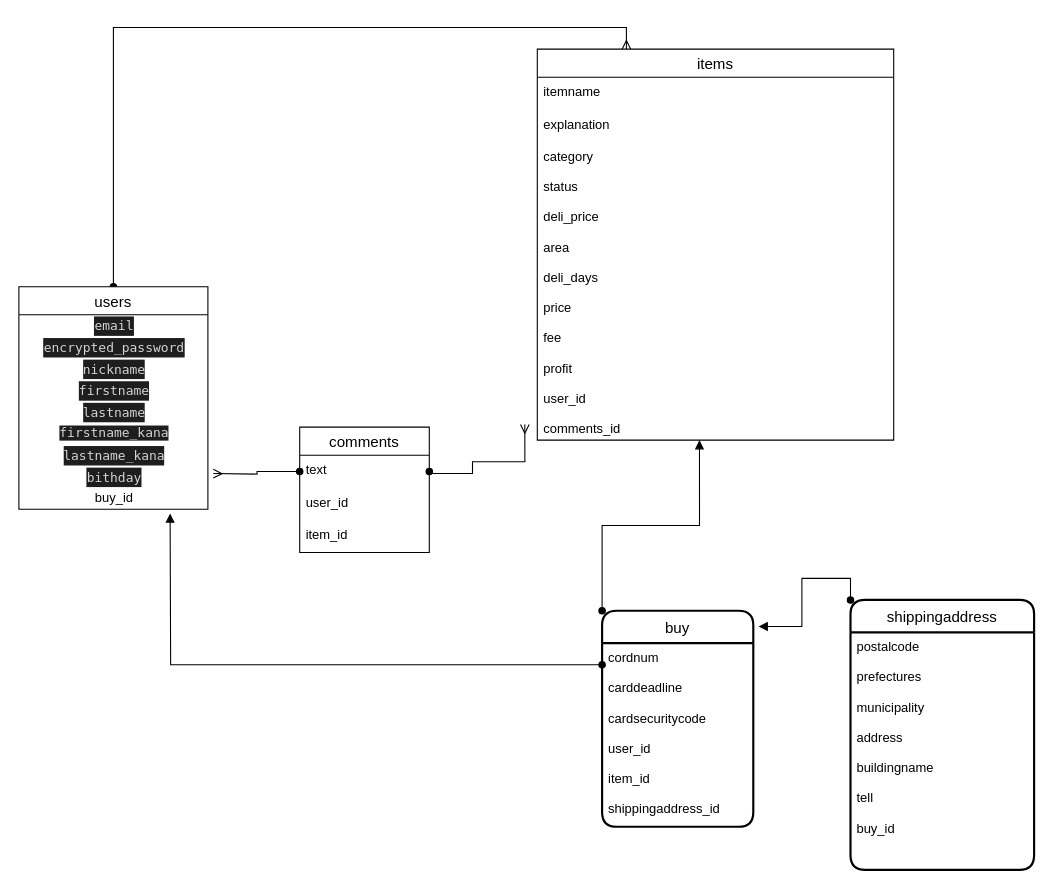
The draw.io diagram app/views/test.dio in kousueke/furima-31755, before the edit. Source tidied: cells renumbered, new cells numbered last; positions are measured from the earlier drawing's top-left corner, leaving out a move shared by most shapes. Both pictures are drawn from the tidied source at 108%, with x=0, y=0 at pixel (18, 49).
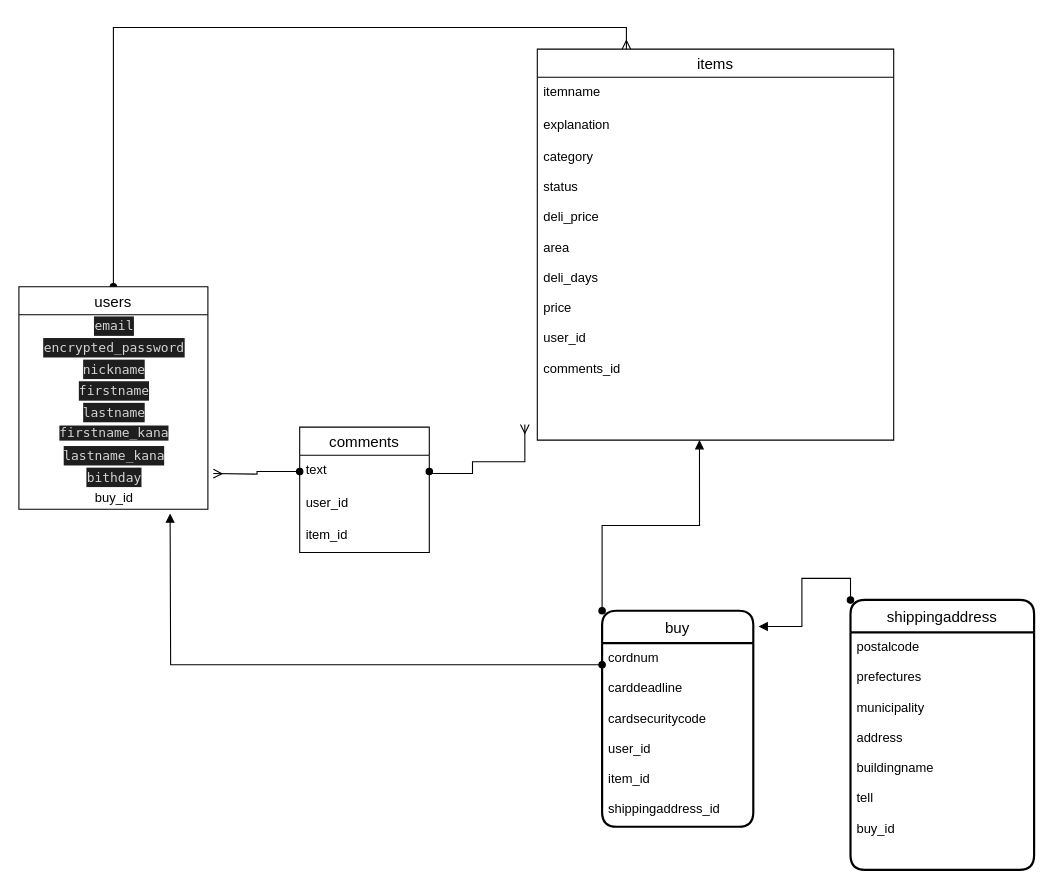
The same page after the edit.

Commit message (it also covers changes not shown here):
README.mdとER図の修正

Unchanged cells that the change refers to:
```xml
<mxCell id="17" value="items" style="swimlane;fontStyle=0;horizontal=1;startSize=26;align=center;fontSize=14;" parent="1" vertex="1">
  <mxGeometry x="480" width="330" height="362" as="geometry" />
</mxCell>
```

The edit, as a diff of the source:
```diff
@@
-    <mxCell id="20" value="category&#10;&#10;status&#10;&#10;deli_price&#10;&#10;area&#10;&#10;deli_days&#10;&#10;price&#10;&#10;fee&#10;&#10;profit&#10;&#10;user_id&#10;&#10;comments_id&#10;&#10;&#10;" style="text;strokeColor=none;fillColor=none;spacingLeft=4;spacingRight=4;overflow=hidden;points=[[0,0.5],[1,0.5]];portConstraint=eastwest;fontSize=12;align=left;verticalAlign=top;" parent="17" vertex="1">
+    <mxCell id="20" value="category&#10;&#10;status&#10;&#10;deli_price&#10;&#10;area&#10;&#10;deli_days&#10;&#10;price&#10;&#10;user_id&#10;&#10;comments_id&#10;&#10;&#10;" style="text;strokeColor=none;fillColor=none;spacingLeft=4;spacingRight=4;overflow=hidden;points=[[0,0.5],[1,0.5]];portConstraint=eastwest;fontSize=12;align=left;verticalAlign=top;" parent="17" vertex="1">
       <mxGeometry y="86" width="330" height="276" as="geometry" />
     </mxCell>
```
